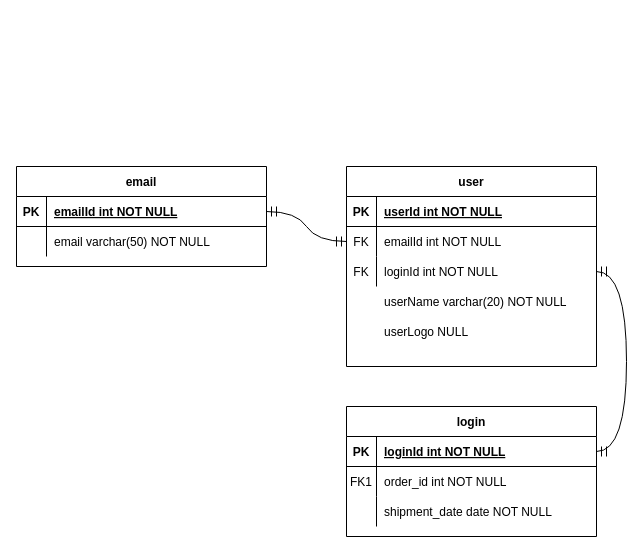
The draw.io diagram img/Diagrama sin título.drawio in MasacradorM/juegoConjuntos, before the edit. Source tidied: cells renumbered, new cells numbered last; positions are measured from the earlier drawing's top-left corner, leaving out a move shared by most shapes. Both pictures are drawn from the tidied source at 100%, with x=0, y=0 at pixel (16, 166).
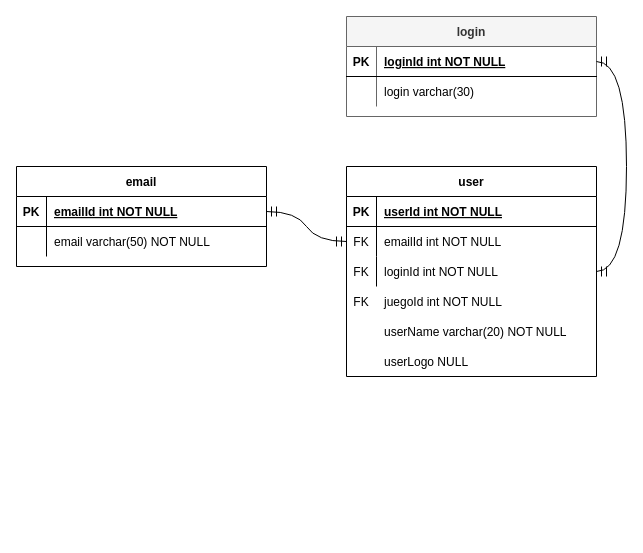
Above is the later version.

Change to the diagram source:
```diff
@@
     <mxCell id="2" value="user" style="shape=table;startSize=30;childLayout=tableLayout;rowLines=0;fontStyle=1;align=center;" parent="1" vertex="1">
-      <mxGeometry x="330" width="250" height="200" as="geometry" />
+      <mxGeometry x="330" width="250" height="210" as="geometry" />
     </mxCell>
@@
-    <mxCell id="12" value="login" style="shape=table;startSize=30;childLayout=tableLayout;rowLines=0;fontStyle=1;align=center;" parent="1" vertex="1">
-      <mxGeometry x="330" y="240" width="250" height="130" as="geometry" />
+    <mxCell id="12" value="login" style="shape=table;startSize=30;childLayout=tableLayout;rowLines=0;fontStyle=1;align=center;fillColor=#f5f5f5;strokeColor=#666666;fontColor=#333333;" parent="1" vertex="1">
+      <mxGeometry x="330" y="-150" width="250" height="100" as="geometry" />
     </mxCell>
@@
-    <mxCell id="16" style="shape=partialRectangle;fillColor=none;top=0;left=0;right=0;bottom=0;" parent="12" vertex="1">
-      <mxGeometry y="60" width="250" height="30" as="geometry" />
-    </mxCell>
-    <mxCell id="17" value="FK1" style="shape=partialRectangle;overflow=hidden;fillColor=none;top=0;left=0;bottom=0;right=0;" parent="16" vertex="1">
-      <mxGeometry width="30" height="30" as="geometry" />
-    </mxCell>
-    <mxCell id="18" value="order_id int NOT NULL" style="shape=partialRectangle;overflow=hidden;fillColor=none;top=0;left=0;bottom=0;right=0;align=left;spacingLeft=6;" parent="16" vertex="1">
-      <mxGeometry x="30" width="220" height="30" as="geometry" />
-    </mxCell>
     <mxCell id="19" style="shape=partialRectangle;fillColor=none;top=0;left=0;right=0;bottom=0;" parent="12" vertex="1">
-      <mxGeometry y="90" width="250" height="30" as="geometry" />
+      <mxGeometry y="60" width="250" height="30" as="geometry" />
     </mxCell>
@@
-    <mxCell id="21" value="shipment_date date NOT NULL" style="shape=partialRectangle;overflow=hidden;fillColor=none;top=0;left=0;bottom=0;right=0;align=left;spacingLeft=6;" parent="19" vertex="1">
+    <mxCell id="21" value="login varchar(30)" style="shape=partialRectangle;overflow=hidden;fillColor=none;top=0;left=0;bottom=0;right=0;align=left;spacingLeft=6;" parent="19" vertex="1">
       <mxGeometry x="30" width="220" height="30" as="geometry" />
     </mxCell>
@@
     <mxCell id="31" value="userName varchar(20) NOT NULL" style="shape=partialRectangle;overflow=hidden;fillColor=none;top=0;left=0;bottom=0;right=0;align=left;spacingLeft=6;" parent="1" vertex="1">
-      <mxGeometry x="360" y="120" width="220" height="30" as="geometry" />
+      <mxGeometry x="360" y="150" width="220" height="30" as="geometry" />
     </mxCell>
     <mxCell id="32" value="userLogo NULL" style="shape=partialRectangle;overflow=hidden;fillColor=none;top=0;left=0;bottom=0;right=0;align=left;spacingLeft=6;" parent="1" vertex="1">
-      <mxGeometry x="360" y="150" width="220" height="30" as="geometry" />
+      <mxGeometry x="360" y="180" width="220" height="30" as="geometry" />
     </mxCell>
+    <mxCell id="33" style="shape=partialRectangle;fillColor=none;top=0;left=0;right=0;bottom=0;" parent="1" vertex="1">
+      <mxGeometry x="330" y="120" width="250" height="30" as="geometry" />
+    </mxCell>
+    <mxCell id="34" value="FK" style="shape=partialRectangle;overflow=hidden;fillColor=none;top=0;left=0;bottom=0;right=0;" parent="33" vertex="1">
+      <mxGeometry width="30" height="30" as="geometry" />
+    </mxCell>
+    <mxCell id="35" value="juegoId int NOT NULL" style="shape=partialRectangle;overflow=hidden;fillColor=none;top=0;left=0;bottom=0;right=0;align=left;spacingLeft=6;" parent="33" vertex="1">
+      <mxGeometry x="30" width="220" height="30" as="geometry" />
+    </mxCell>
```
